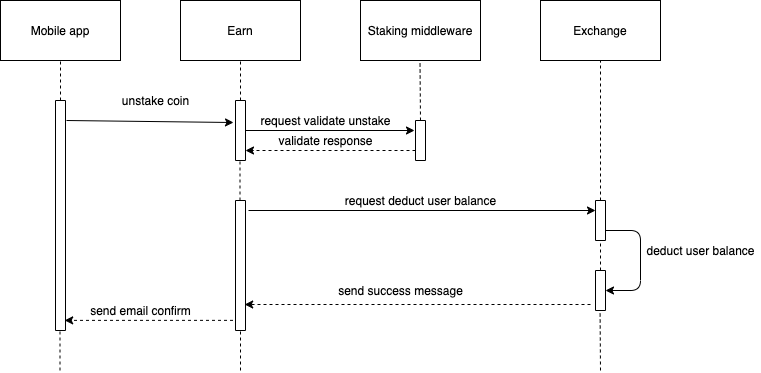
Above: sequence_unstake.png in trkhoi/tokenomy (draw.io), before the change. Source tidied: cells renumbered, new cells last; positions are measured from the earlier drawing's top-left corner, leaving out a move shared by most shapes. Its diagram source:
```xml
<mxGraphModel>
  <root>
    <mxCell id="0" />
    <mxCell id="1" parent="0" />
    <mxCell id="2" value="Mobile app" style="rounded=0;whiteSpace=wrap;html=1;" parent="1" vertex="1">
      <mxGeometry width="120" height="60" as="geometry" />
    </mxCell>
    <mxCell id="3" value="Earn" style="rounded=0;whiteSpace=wrap;html=1;" parent="1" vertex="1">
      <mxGeometry x="180" width="120" height="60" as="geometry" />
    </mxCell>
    <mxCell id="4" value="Exchange" style="rounded=0;whiteSpace=wrap;html=1;" parent="1" vertex="1">
      <mxGeometry x="540" width="120" height="60" as="geometry" />
    </mxCell>
    <mxCell id="5" style="endArrow=none;html=1;entryX=0.5;entryY=1;entryDx=0;entryDy=0;dashed=1;" parent="1" edge="1" target="2">
      <mxGeometry relative="1" as="geometry">
        <mxPoint x="60" y="100" as="sourcePoint" />
      </mxGeometry>
    </mxCell>
    <mxCell id="6" style="rounded=0;whiteSpace=wrap;html=1;direction=south;" parent="1" vertex="1">
      <mxGeometry x="55" y="100" width="10" height="230" as="geometry" />
    </mxCell>
    <mxCell id="7" style="endArrow=classic;html=1;entryX=0.367;entryY=1.2;entryDx=0;entryDy=0;entryPerimeter=0;" parent="1" edge="1" target="9">
      <mxGeometry relative="1" as="geometry">
        <mxPoint x="66" y="120" as="sourcePoint" />
      </mxGeometry>
    </mxCell>
    <mxCell id="8" style="endArrow=none;html=1;entryX=0.5;entryY=1;entryDx=0;entryDy=0;dashed=1;" parent="1" edge="1" target="3">
      <mxGeometry relative="1" as="geometry">
        <mxPoint x="240" y="100" as="sourcePoint" />
      </mxGeometry>
    </mxCell>
    <mxCell id="9" style="rounded=0;whiteSpace=wrap;html=1;direction=south;" parent="1" vertex="1">
      <mxGeometry x="235" y="100" width="10" height="60" as="geometry" />
    </mxCell>
    <mxCell id="10" value="unstake coin" style="text;html=1;align=center;verticalAlign=middle;strokeColor=none;" parent="1" vertex="1">
      <mxGeometry x="115" y="90" width="80" height="20" as="geometry" />
    </mxCell>
    <mxCell id="11" style="endArrow=none;html=1;dashed=1;entryX=0.5;entryY=1;entryDx=0;entryDy=0;" parent="1" edge="1" target="4">
      <mxGeometry relative="1" as="geometry">
        <mxPoint x="600" y="200" as="sourcePoint" />
      </mxGeometry>
    </mxCell>
    <mxCell id="12" style="endArrow=none;html=1;entryX=0.5;entryY=1;entryDx=0;entryDy=0;dashed=1;" parent="1" edge="1">
      <mxGeometry relative="1" as="geometry">
        <mxPoint x="59.5" y="370" as="sourcePoint" />
        <mxPoint x="59.5" y="330" as="targetPoint" />
      </mxGeometry>
    </mxCell>
    <mxCell id="13" value="Staking middleware" style="rounded=0;whiteSpace=wrap;html=1;" parent="1" vertex="1">
      <mxGeometry x="360" width="120" height="60" as="geometry" />
    </mxCell>
    <mxCell id="14" style="endArrow=none;html=1;entryX=0.5;entryY=1;entryDx=0;entryDy=0;dashed=1;exitX=0;exitY=0.5;exitDx=0;exitDy=0;" parent="1" edge="1" source="16">
      <mxGeometry relative="1" as="geometry">
        <mxPoint x="419.5" y="60" as="targetPoint" />
      </mxGeometry>
    </mxCell>
    <mxCell id="15" style="endArrow=classic;html=1;entryX=0.5;entryY=1;entryDx=0;entryDy=0;" parent="1" edge="1">
      <mxGeometry relative="1" as="geometry">
        <mxPoint x="245" y="130" as="sourcePoint" />
        <mxPoint x="414" y="130" as="targetPoint" />
      </mxGeometry>
    </mxCell>
    <mxCell id="16" style="rounded=0;whiteSpace=wrap;html=1;direction=south;" parent="1" vertex="1">
      <mxGeometry x="415" y="120" width="10" height="40" as="geometry" />
    </mxCell>
    <mxCell id="17" value="request validate unstake" style="text;html=1;align=center;verticalAlign=middle;strokeColor=none;" parent="1" vertex="1">
      <mxGeometry x="250" y="110" width="150" height="20" as="geometry" />
    </mxCell>
    <mxCell id="18" style="endArrow=classic;html=1;exitX=0.75;exitY=1;exitDx=0;exitDy=0;dashed=1;" parent="1" edge="1" source="16">
      <mxGeometry relative="1" as="geometry">
        <mxPoint x="245" y="150" as="targetPoint" />
      </mxGeometry>
    </mxCell>
    <mxCell id="19" value="validate response" style="text;html=1;align=center;verticalAlign=middle;strokeColor=none;" parent="1" vertex="1">
      <mxGeometry x="270" y="130" width="110" height="20" as="geometry" />
    </mxCell>
    <mxCell id="20" style="endArrow=none;html=1;entryX=0.5;entryY=1;entryDx=0;entryDy=0;dashed=1;" parent="1" edge="1">
      <mxGeometry relative="1" as="geometry">
        <mxPoint x="239.5" y="200" as="sourcePoint" />
        <mxPoint x="239.5" y="160" as="targetPoint" />
      </mxGeometry>
    </mxCell>
    <mxCell id="21" style="rounded=0;whiteSpace=wrap;html=1;direction=south;" parent="1" vertex="1">
      <mxGeometry x="235" y="200" width="10" height="130" as="geometry" />
    </mxCell>
    <mxCell id="22" style="rounded=0;whiteSpace=wrap;html=1;direction=south;" parent="1" vertex="1">
      <mxGeometry x="595" y="200" width="10" height="40" as="geometry" />
    </mxCell>
    <mxCell id="23" style="endArrow=classic;html=1;entryX=0.25;entryY=1;entryDx=0;entryDy=0;" parent="1" edge="1" target="22">
      <mxGeometry relative="1" as="geometry">
        <mxPoint x="248" y="210" as="sourcePoint" />
      </mxGeometry>
    </mxCell>
    <mxCell id="24" value="request deduct user balance" style="text;html=1;align=center;verticalAlign=middle;strokeColor=none;" parent="1" vertex="1">
      <mxGeometry x="335" y="190" width="170" height="20" as="geometry" />
    </mxCell>
    <mxCell id="25" style="rounded=0;whiteSpace=wrap;html=1;direction=south;" parent="1" vertex="1">
      <mxGeometry x="595" y="270" width="10" height="40" as="geometry" />
    </mxCell>
    <mxCell id="26" style="endArrow=none;html=1;entryX=1;entryY=0.5;entryDx=0;entryDy=0;exitX=0;exitY=0.5;exitDx=0;exitDy=0;dashed=1;" parent="1" edge="1" source="25" target="22">
      <mxGeometry relative="1" as="geometry" />
    </mxCell>
    <mxCell id="27" style="endArrow=classic;html=1;exitX=0.75;exitY=0;exitDx=0;exitDy=0;entryX=0.5;entryY=0;entryDx=0;entryDy=0;" parent="1" edge="1" source="22" target="25">
      <mxGeometry relative="1" as="geometry">
        <Array as="points">
          <mxPoint x="640" y="230" />
          <mxPoint x="640" y="290" />
        </Array>
      </mxGeometry>
    </mxCell>
    <mxCell id="28" value="deduct user balance" style="text;html=1;align=center;verticalAlign=middle;strokeColor=none;" parent="1" vertex="1">
      <mxGeometry x="640" y="240" width="120" height="20" as="geometry" />
    </mxCell>
    <mxCell id="29" style="endArrow=classic;html=1;dashed=1;entryX=0.8;entryY=0.083;entryDx=0;entryDy=0;entryPerimeter=0;" parent="1" edge="1" target="21">
      <mxGeometry relative="1" as="geometry">
        <mxPoint x="590" y="304" as="sourcePoint" />
      </mxGeometry>
    </mxCell>
    <mxCell id="30" value="send success message" style="text;html=1;align=center;verticalAlign=middle;strokeColor=none;" parent="1" vertex="1">
      <mxGeometry x="330" y="280" width="140" height="20" as="geometry" />
    </mxCell>
    <mxCell id="31" style="endArrow=classic;html=1;dashed=1;entryX=0.956;entryY=0.083;entryDx=0;entryDy=0;entryPerimeter=0;exitX=0.922;exitY=1.25;exitDx=0;exitDy=0;exitPerimeter=0;" parent="1" edge="1" source="21" target="6">
      <mxGeometry relative="1" as="geometry" />
    </mxCell>
    <mxCell id="32" value="send email confirm" style="text;html=1;align=center;verticalAlign=middle;strokeColor=none;" parent="1" vertex="1">
      <mxGeometry x="80" y="300" width="120" height="20" as="geometry" />
    </mxCell>
    <mxCell id="33" style="endArrow=none;html=1;dashed=1;entryX=1;entryY=0.5;entryDx=0;entryDy=0;" parent="1" edge="1" target="21">
      <mxGeometry relative="1" as="geometry">
        <mxPoint x="240" y="370" as="sourcePoint" />
      </mxGeometry>
    </mxCell>
    <mxCell id="34" style="endArrow=none;html=1;entryX=0.5;entryY=1;entryDx=0;entryDy=0;dashed=1;" parent="1" edge="1">
      <mxGeometry relative="1" as="geometry">
        <mxPoint x="600" y="370" as="sourcePoint" />
        <mxPoint x="599.6" y="310" as="targetPoint" />
      </mxGeometry>
    </mxCell>
  </root>
</mxGraphModel>
```
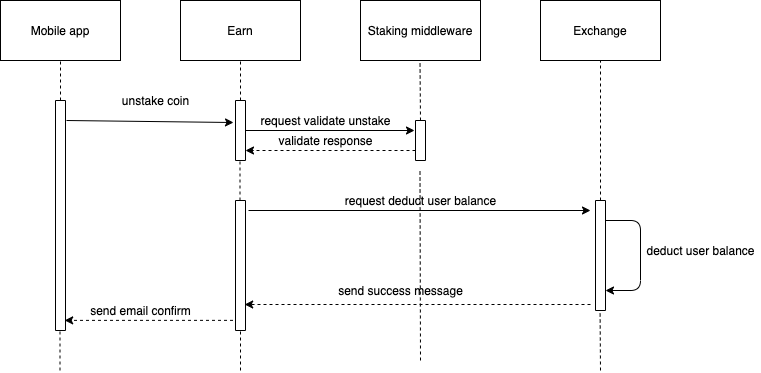
Later version of the same file.

What changed in the source:
```diff
@@ -84,26 +84,23 @@
       <mxGeometry x="235" y="200" width="10" height="130" as="geometry" />
     </mxCell>
     <mxCell id="22" style="rounded=0;whiteSpace=wrap;html=1;direction=south;" parent="1" vertex="1">
-      <mxGeometry x="595" y="200" width="10" height="40" as="geometry" />
+      <mxGeometry x="595" y="200" width="10" height="110" as="geometry" />
     </mxCell>
-    <mxCell id="23" style="endArrow=classic;html=1;entryX=0.25;entryY=1;entryDx=0;entryDy=0;" parent="1" edge="1" target="22">
+    <mxCell id="23" style="endArrow=classic;html=1;" parent="1" edge="1">
       <mxGeometry relative="1" as="geometry">
         <mxPoint x="248" y="210" as="sourcePoint" />
+        <mxPoint x="590" y="210" as="targetPoint" />
       </mxGeometry>
     </mxCell>
     <mxCell id="24" value="request deduct user balance" style="text;html=1;align=center;verticalAlign=middle;strokeColor=none;" parent="1" vertex="1">
       <mxGeometry x="335" y="190" width="170" height="20" as="geometry" />
     </mxCell>
-    <mxCell id="25" style="rounded=0;whiteSpace=wrap;html=1;direction=south;" parent="1" vertex="1">
-      <mxGeometry x="595" y="270" width="10" height="40" as="geometry" />
-    </mxCell>
-    <mxCell id="26" style="endArrow=none;html=1;entryX=1;entryY=0.5;entryDx=0;entryDy=0;exitX=0;exitY=0.5;exitDx=0;exitDy=0;dashed=1;" parent="1" edge="1" source="25" target="22">
-      <mxGeometry relative="1" as="geometry" />
-    </mxCell>
-    <mxCell id="27" style="endArrow=classic;html=1;exitX=0.75;exitY=0;exitDx=0;exitDy=0;entryX=0.5;entryY=0;entryDx=0;entryDy=0;" parent="1" edge="1" source="22" target="25">
+    <mxCell id="27" style="endArrow=classic;html=1;entryX=0.5;entryY=0;entryDx=0;entryDy=0;" parent="1" edge="1">
       <mxGeometry relative="1" as="geometry">
+        <mxPoint x="605" y="220" as="sourcePoint" />
+        <mxPoint x="605" y="290" as="targetPoint" />
         <Array as="points">
-          <mxPoint x="640" y="230" />
+          <mxPoint x="640" y="220" />
           <mxPoint x="640" y="290" />
         </Array>
       </mxGeometry>
@@ -136,5 +133,11 @@
         <mxPoint x="599.6" y="310" as="targetPoint" />
       </mxGeometry>
     </mxCell>
+    <mxCell id="35" style="endArrow=none;html=1;dashed=1;entryX=0.5;entryY=1;entryDx=0;entryDy=0;" parent="1" edge="1">
+      <mxGeometry relative="1" as="geometry">
+        <mxPoint x="420" y="360" as="sourcePoint" />
+        <mxPoint x="419.5" y="170" as="targetPoint" />
+      </mxGeometry>
+    </mxCell>
   </root>
 </mxGraphModel>
```
